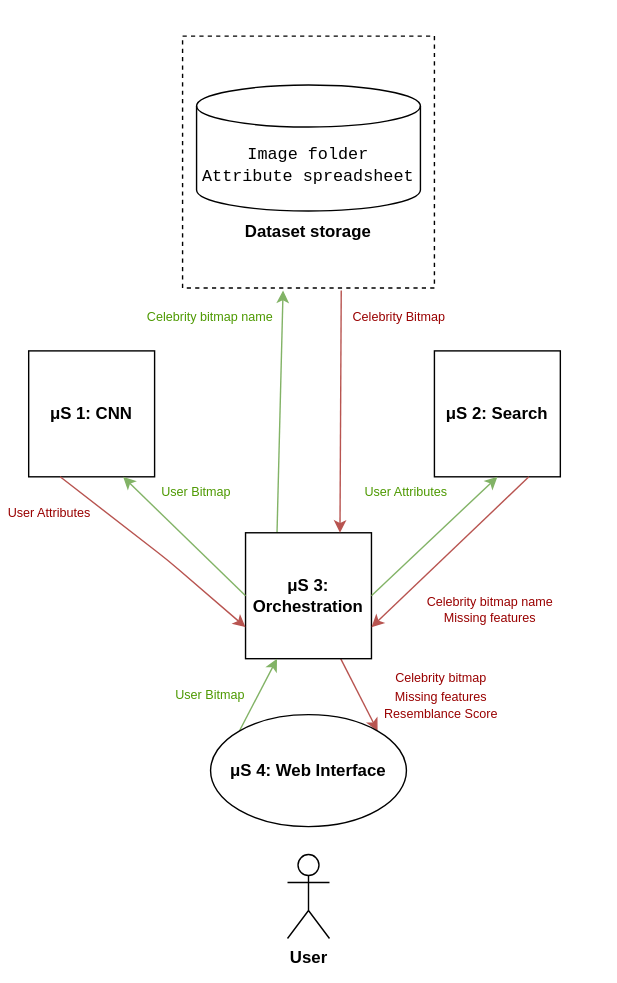
Before: architechture.drawio.svg, a diagram exported from draw.io (Wissem0/Projet-Integrateur-Classification-d-images). Source tidied: cells renumbered, new cells last; positions are measured from the earlier drawing's top-left corner, leaving out a move shared by most shapes.
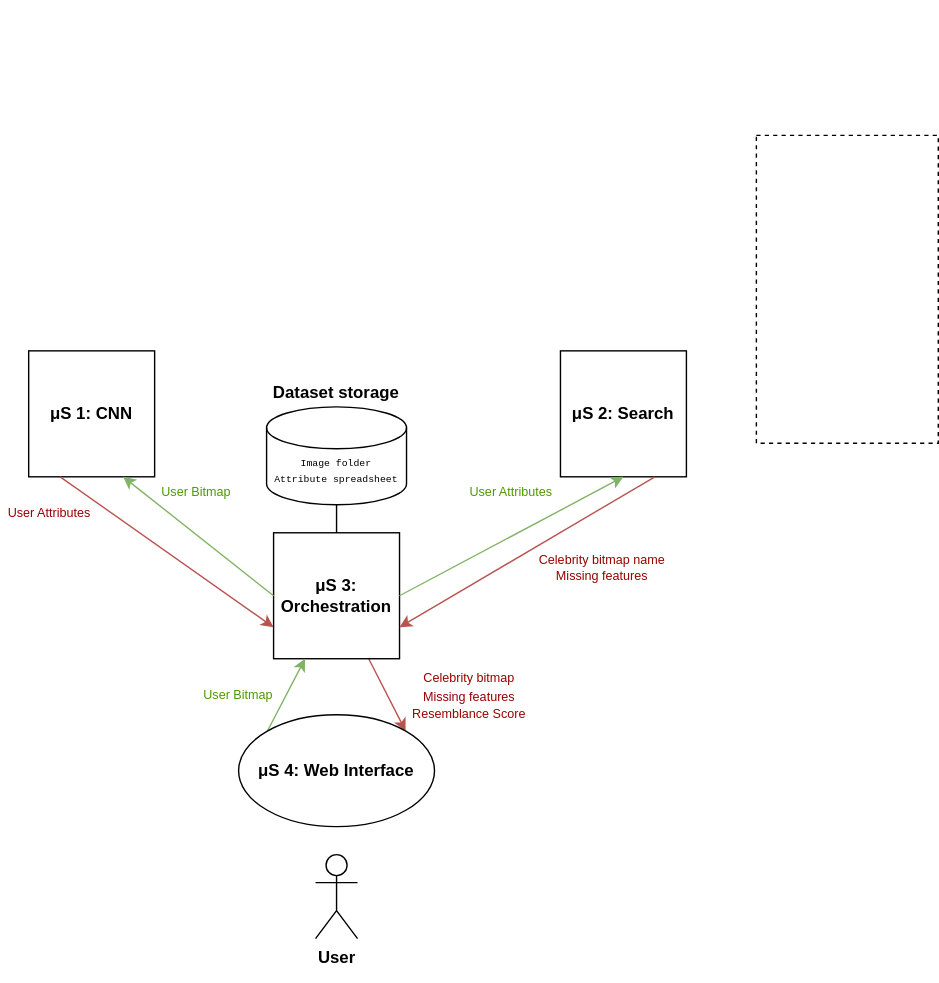
The same file after the commit.

Change to the diagram source:
```diff
@@ -6,18 +6,15 @@
       <mxGeometry width="440" height="700" as="geometry" />
     </mxCell>
     <mxCell id="3" value="&lt;b&gt;μS 1: CNN&lt;/b&gt;" style="whiteSpace=wrap;html=1;fillStyle=solid;fontFamily=Helvetica;fillColor=#FFFFFF;" parent="1" vertex="1">
-      <mxGeometry x="20" y="250" width="90" height="90" as="geometry" />
+      <mxGeometry y="250" width="90" height="90" as="geometry" />
     </mxCell>
     <mxCell id="4" value="&lt;b&gt;μS 2: Search&lt;br&gt;&lt;/b&gt;" style="whiteSpace=wrap;html=1;fillStyle=solid;fontFamily=Helvetica;fillColor=#FFFFFF;" parent="1" vertex="1">
-      <mxGeometry x="310" y="250" width="90" height="90" as="geometry" />
+      <mxGeometry x="380" y="250" width="90" height="90" as="geometry" />
     </mxCell>
-    <mxCell id="5" style="rounded=1;jettySize=auto;html=1;entryX=0.399;entryY=1.01;entryDx=0;entryDy=0;fontFamily=Helvetica;exitX=0.25;exitY=0;exitDx=0;exitDy=0;fillColor=#d5e8d4;strokeColor=#82b366;entryPerimeter=0;" parent="1" edge="1" source="7" target="19">
-      <mxGeometry relative="1" as="geometry" />
-    </mxCell>
     <mxCell id="6" style="edgeStyle=none;rounded=0;jettySize=auto;html=1;entryX=1;entryY=0;entryDx=0;entryDy=0;fontFamily=Helvetica;elbow=vertical;fillColor=#fff2cc;strokeColor=#B85450;" parent="1" edge="1" source="7" target="10">
       <mxGeometry relative="1" as="geometry" />
     </mxCell>
-    <mxCell id="7" value="&lt;b&gt;μS 3: Orchestration&lt;/b&gt;" style="whiteSpace=wrap;html=1;fillStyle=solid;fontFamily=Helvetica;fillColor=#FFFFFF;" parent="1" vertex="1">
+    <mxCell id="7" value="&lt;b style=&quot;&quot;&gt;μS 3: Orchestration&lt;/b&gt;" style="whiteSpace=wrap;html=1;fillStyle=solid;fontFamily=Helvetica;fillColor=#FFFFFF;" parent="1" vertex="1">
       <mxGeometry x="175" y="380" width="90" height="90" as="geometry" />
     </mxCell>
     <mxCell id="8" style="rounded=0;jettySize=auto;html=1;fontFamily=Helvetica;exitX=0;exitY=0;exitDx=0;exitDy=0;entryX=0.25;entryY=1;entryDx=0;entryDy=0;fillColor=#d5e8d4;strokeColor=#82b366;" parent="1" edge="1" source="10" target="7">
@@ -30,59 +27,49 @@
       <mxGeometry x="150" y="510" width="140" height="80" as="geometry" />
     </mxCell>
     <mxCell id="11" value="&lt;font style=&quot;font-size: 9px;&quot; color=&quot;#4D9900&quot;&gt;User Bitmap&lt;/font&gt;" style="text;html=1;strokeColor=none;fillColor=none;align=center;verticalAlign=middle;whiteSpace=wrap;rounded=0;fillStyle=solid;fontFamily=Helvetica;" parent="1" vertex="1">
-      <mxGeometry x="110" y="335" width="60" height="30" as="geometry" />
+      <mxGeometry x="90" y="335" width="60" height="30" as="geometry" />
     </mxCell>
     <mxCell id="12" value="&lt;font style=&quot;font-size: 9px;&quot; color=&quot;#990000&quot;&gt;User Attributes&lt;/font&gt;" style="text;html=1;strokeColor=none;fillColor=none;align=center;verticalAlign=middle;whiteSpace=wrap;rounded=0;fillStyle=solid;fontFamily=Helvetica;" parent="1" vertex="1">
-      <mxGeometry y="350" width="70" height="30" as="geometry" />
+      <mxGeometry x="-20" y="350" width="70" height="30" as="geometry" />
     </mxCell>
     <mxCell id="13" value="&lt;div style=&quot;font-size: 9px;&quot;&gt;&lt;font style=&quot;font-size: 9px;&quot; color=&quot;#990000&quot;&gt;Celebrity bitmap name&lt;/font&gt;&lt;/div&gt;&lt;div style=&quot;font-size: 9px;&quot;&gt;&lt;font style=&quot;font-size: 9px;&quot; color=&quot;#990000&quot;&gt;&lt;font style=&quot;font-size: 9px;&quot;&gt;Missing features&lt;/font&gt;&lt;br&gt;&lt;/font&gt;&lt;/div&gt;" style="text;html=1;strokeColor=none;fillColor=none;align=center;verticalAlign=middle;whiteSpace=wrap;rounded=0;fillStyle=solid;fontFamily=Helvetica;" parent="1" vertex="1">
-      <mxGeometry x="300" y="420" width="100" height="30" as="geometry" />
+      <mxGeometry x="360" y="390" width="100" height="30" as="geometry" />
     </mxCell>
     <mxCell id="14" value="&lt;font style=&quot;font-size: 9px;&quot; color=&quot;#4D9900&quot;&gt;User Attributes&lt;/font&gt;" style="text;html=1;strokeColor=none;fillColor=none;align=center;verticalAlign=middle;whiteSpace=wrap;rounded=0;fillStyle=solid;fontFamily=Helvetica;" parent="1" vertex="1">
-      <mxGeometry x="255" y="335" width="70" height="30" as="geometry" />
+      <mxGeometry x="310" y="335" width="70" height="30" as="geometry" />
     </mxCell>
-    <mxCell id="15" value="&lt;div style=&quot;&quot;&gt;&lt;font style=&quot;font-size: 9px;&quot; color=&quot;#990000&quot;&gt;Celebrity&amp;nbsp;&lt;/font&gt;&lt;font style=&quot;color: rgb(153, 0, 0); background-color: initial; font-size: 9px;&quot;&gt;Bitma&lt;/font&gt;&lt;font style=&quot;color: rgb(153, 0, 0); background-color: initial; font-size: 9px;&quot;&gt;p&lt;/font&gt;&lt;/div&gt;" style="text;html=1;strokeColor=none;fillColor=none;align=center;verticalAlign=middle;whiteSpace=wrap;rounded=0;fillStyle=solid;fontFamily=Helvetica;" parent="1" vertex="1">
-      <mxGeometry x="240" y="220" width="90" height="10" as="geometry" />
-    </mxCell>
-    <mxCell id="16" value="&lt;div style=&quot;&quot;&gt;&lt;font style=&quot;&quot; color=&quot;#4D9900&quot;&gt;&lt;font style=&quot;font-size: 9px;&quot;&gt;Celebrity bitmap name&lt;/font&gt;&lt;br&gt;&lt;/font&gt;&lt;/div&gt;" style="text;html=1;strokeColor=none;fillColor=none;align=center;verticalAlign=middle;whiteSpace=wrap;rounded=0;fillStyle=solid;fontFamily=Helvetica;" parent="1" vertex="1">
-      <mxGeometry x="95" y="210" width="110" height="30" as="geometry" />
-    </mxCell>
     <mxCell id="17" value="&lt;font color=&quot;#4d9900&quot; style=&quot;font-size: 9px;&quot;&gt;User Bitmap&lt;/font&gt;" style="text;html=1;align=center;verticalAlign=middle;whiteSpace=wrap;rounded=0;fillStyle=solid;fontFamily=Helvetica;" parent="1" vertex="1">
       <mxGeometry x="120" y="480" width="60" height="30" as="geometry" />
     </mxCell>
     <mxCell id="18" value="&lt;div style=&quot;&quot;&gt;&lt;font color=&quot;#990000&quot; style=&quot;font-size: 9px;&quot;&gt;Celebrity bitmap&lt;/font&gt;&lt;/div&gt;&lt;div style=&quot;&quot;&gt;&lt;font color=&quot;#990000&quot;&gt;&lt;font style=&quot;font-size: 9px; background-color: initial;&quot;&gt;Missing fe&lt;/font&gt;&lt;font style=&quot;font-size: 9px; background-color: initial;&quot;&gt;atu&lt;/font&gt;&lt;font style=&quot;font-size: 9px; background-color: initial;&quot;&gt;res&lt;/font&gt;&lt;/font&gt;&lt;/div&gt;&lt;div style=&quot;font-size: 9px;&quot;&gt;&lt;font color=&quot;#990000&quot;&gt;&lt;font style=&quot;background-color: initial;&quot;&gt;Resemblance Scor&lt;/font&gt;&lt;font style=&quot;background-color: initial;&quot;&gt;e&lt;/font&gt;&lt;/font&gt;&lt;/div&gt;" style="text;html=1;strokeColor=none;fillColor=none;align=center;verticalAlign=middle;whiteSpace=wrap;rounded=0;fillStyle=solid;fontFamily=Helvetica;" parent="1" vertex="1">
       <mxGeometry x="240" y="480" width="150" height="30" as="geometry" />
     </mxCell>
-    <mxCell id="19" style="whiteSpace=wrap;html=1;fontFamily=Helvetica;dashed=1;" parent="1" vertex="1">
-      <mxGeometry x="130" y="25" width="180" height="180" as="geometry" />
-    </mxCell>
     <mxCell id="20" style="shape=cylinder3;whiteSpace=wrap;html=1;boundedLbl=1;backgroundOutline=1;size=15;" parent="1" vertex="1">
-      <mxGeometry x="140" y="60" width="160" height="90" as="geometry" />
+      <mxGeometry x="170" y="290" width="100" height="70" as="geometry" />
     </mxCell>
-    <mxCell id="21" value="&lt;font face=&quot;Courier New&quot;&gt;Image folder&lt;br&gt;Attribute spreadsheet&lt;/font&gt;" style="text;html=1;strokeColor=none;fillColor=none;align=center;verticalAlign=middle;whiteSpace=wrap;rounded=0;" parent="1" vertex="1">
-      <mxGeometry x="140" y="82" width="160" height="70" as="geometry" />
+    <mxCell id="21" value="&lt;p style=&quot;line-height: 70%;&quot;&gt;&lt;font style=&quot;font-size: 7px;&quot; face=&quot;Courier New&quot;&gt;Image folder&lt;br&gt;Attribute spreadsheet&lt;/font&gt;&lt;/p&gt;" style="text;html=1;strokeColor=none;fillColor=none;align=center;verticalAlign=middle;whiteSpace=wrap;rounded=0;" parent="1" vertex="1">
+      <mxGeometry x="160" y="316" width="120" height="38" as="geometry" />
     </mxCell>
     <mxCell id="22" value="&lt;div align=&quot;center&quot;&gt;&lt;b&gt;&lt;font face=&quot;Helvetica&quot;&gt;&lt;span class=&quot;js-about-item-abstr&quot;&gt;Dataset storage&lt;/span&gt;&lt;/font&gt;&lt;/b&gt;&lt;br&gt;&lt;span class=&quot;js-about-item-abstr&quot;&gt;&lt;/span&gt;&lt;/div&gt;" style="text;strokeColor=none;fillColor=none;align=center;verticalAlign=middle;spacingLeft=4;spacingRight=4;overflow=hidden;whiteSpace=wrap;html=1;fontFamily=Courier New;" parent="1" vertex="1">
-      <mxGeometry x="130" y="130" width="180" height="70" as="geometry" />
+      <mxGeometry x="160" y="270" width="120" height="20" as="geometry" />
     </mxCell>
-    <mxCell id="23" style="rounded=1;jettySize=auto;html=1;fontFamily=Helvetica;entryX=0.75;entryY=1;entryDx=0;entryDy=0;exitX=0;exitY=0.5;exitDx=0;exitDy=0;fillColor=#d5e8d4;strokeColor=#82b366;" parent="1" edge="1" source="7" target="3">
+    <mxCell id="23" style="rounded=1;jettySize=auto;html=1;fontFamily=Helvetica;entryX=0.75;entryY=1;entryDx=0;entryDy=0;exitX=0;exitY=0.5;exitDx=0;exitDy=0;fillColor=#d5e8d4;strokeColor=#82b366;startArrow=none;" parent="1" edge="1" source="7" target="3">
       <mxGeometry relative="1" as="geometry" />
     </mxCell>
-    <mxCell id="24" style="rounded=1;jettySize=auto;html=1;fontFamily=Helvetica;exitX=0.25;exitY=1;exitDx=0;exitDy=0;entryX=0;entryY=0.75;entryDx=0;entryDy=0;fillColor=#f8cecc;strokeColor=#b85450;" parent="1" edge="1" source="3" target="7">
-      <mxGeometry relative="1" as="geometry">
-        <Array as="points">
-          <mxPoint x="120" y="400" />
-        </Array>
-      </mxGeometry>
-    </mxCell>
-    <mxCell id="25" style="rounded=1;jettySize=auto;html=1;entryX=0.5;entryY=1;entryDx=0;entryDy=0;fontFamily=Helvetica;exitX=1;exitY=0.5;exitDx=0;exitDy=0;fillColor=#d5e8d4;strokeColor=#82b366;" parent="1" edge="1" source="7" target="4">
+    <mxCell id="25" style="rounded=1;jettySize=auto;html=1;entryX=0.5;entryY=1;entryDx=0;entryDy=0;fontFamily=Helvetica;fillColor=#d5e8d4;strokeColor=#82b366;exitX=1;exitY=0.5;exitDx=0;exitDy=0;" parent="1" edge="1" source="7" target="4">
       <mxGeometry relative="1" as="geometry" />
     </mxCell>
     <mxCell id="26" style="rounded=1;jettySize=auto;html=1;entryX=1;entryY=0.75;entryDx=0;entryDy=0;fontFamily=Helvetica;exitX=0.75;exitY=1;exitDx=0;exitDy=0;fillColor=#f8cecc;strokeColor=#b85450;" parent="1" edge="1" source="4" target="7">
       <mxGeometry relative="1" as="geometry" />
     </mxCell>
-    <mxCell id="27" style="rounded=1;jettySize=auto;html=1;entryX=0.75;entryY=0;entryDx=0;entryDy=0;fontFamily=Helvetica;exitX=0.63;exitY=1.01;exitDx=0;exitDy=0;fillColor=#f8cecc;strokeColor=#b85450;exitPerimeter=0;" parent="1" edge="1" source="19" target="7">
-      <mxGeometry relative="1" as="geometry" />
-    </mxCell>
+    <mxCell id="28" style="rounded=0;whiteSpace=wrap;html=1;fontSize=9;fontColor=#990000;dashed=1;fillColor=none;" parent="1" vertex="1">
+      <mxGeometry x="520" y="96" width="130" height="220" as="geometry" />
+    </mxCell>
+    <mxCell id="29" style="endArrow=none;html=1;rounded=0;strokeColor=#000000;fontSize=7;fontColor=#990000;entryX=0.5;entryY=1;entryDx=0;entryDy=0;entryPerimeter=0;exitX=0.5;exitY=0;exitDx=0;exitDy=0;" parent="1" edge="1" source="7" target="20">
+      <mxGeometry relative="1" as="geometry" />
+    </mxCell>
+    <mxCell id="24" style="rounded=1;jettySize=auto;html=1;fontFamily=Helvetica;exitX=0.25;exitY=1;exitDx=0;exitDy=0;entryX=0;entryY=0.75;entryDx=0;entryDy=0;fillColor=#f8cecc;strokeColor=#b85450;" parent="1" edge="1" source="3" target="7">
+      <mxGeometry relative="1" as="geometry" />
+    </mxCell>
   </root>
 </mxGraphModel>
```
